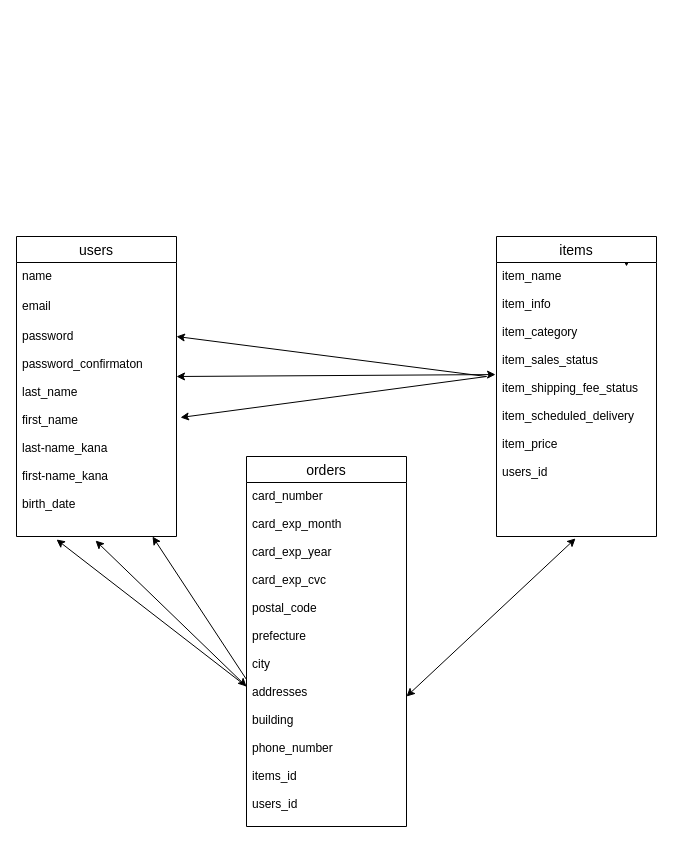
Above: page "ページ1" (1 of 2) of test.dio in atumaru/furima-33939 (draw.io), before the change. Source tidied: cells renumbered, new cells numbered last; positions are measured from the earlier drawing's top-left corner, leaving out a move shared by most shapes. Both pictures are drawn from the tidied source at 100%, with x=0, y=0 at pixel (16, 236).
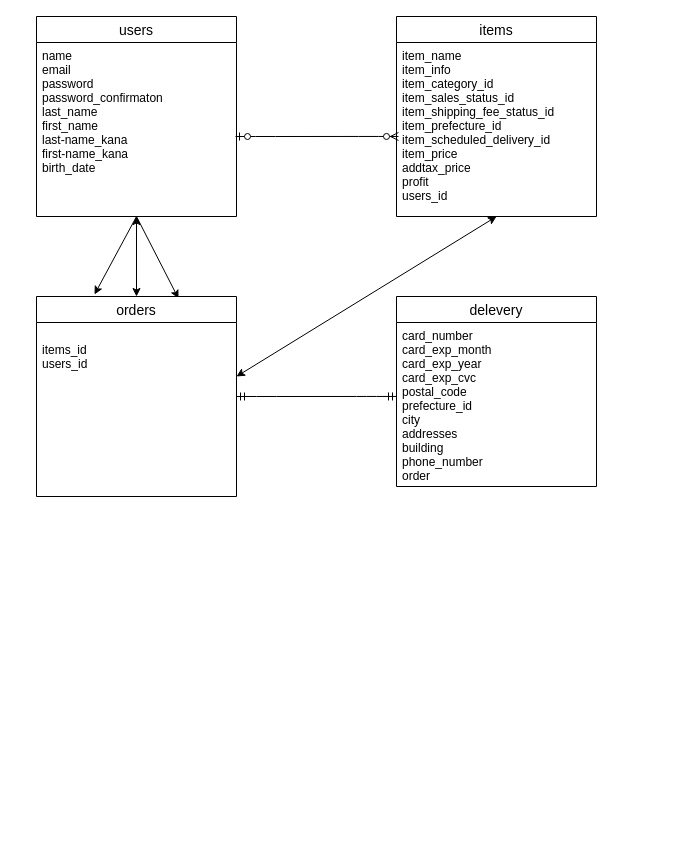
After the change.

Commit message (it also covers changes not shown here):
README及びER図の修正

Change to the diagram source:
```diff
@@
-    <mxCell id="2" style="edgeStyle=orthogonalEdgeStyle;rounded=0;jettySize=auto;html=1;exitX=0.75;exitY=0;exitDx=0;exitDy=0;" parent="1" edge="1" source="3">
-      <mxGeometry relative="1" as="geometry">
-        <mxPoint x="610" y="30" as="targetPoint" />
-      </mxGeometry>
-    </mxCell>
     <mxCell id="3" value="items" style="swimlane;fontStyle=0;horizontal=1;startSize=26;align=center;fontSize=14;" parent="1" vertex="1">
-      <mxGeometry x="480" width="160" height="300" as="geometry" />
+      <mxGeometry x="380" y="-220" width="200" height="200" as="geometry" />
     </mxCell>
-    <mxCell id="4" value="item_name&#10;&#10;item_info&#10;&#10;item_category&#10;&#10;item_sales_status&#10;&#10;item_shipping_fee_status&#10;&#10;item_scheduled_delivery&#10;&#10;item_price&#10;&#10;users_id&#10;&#10;&#10;&#10;&#10;&#10;" style="text;strokeColor=none;fillColor=none;spacingLeft=4;spacingRight=4;overflow=hidden;points=[[0,0.5],[1,0.5]];portConstraint=eastwest;fontSize=12;" parent="3" vertex="1">
-      <mxGeometry y="26" width="160" height="274" as="geometry" />
+    <mxCell id="4" value="item_name&#10;item_info&#10;item_category_id&#10;item_sales_status_id&#10;item_shipping_fee_status_id&#10;item_prefecture_id&#10;item_scheduled_delivery_id&#10;item_price&#10;addtax_price&#10;profit&#10;users_id" style="text;strokeColor=none;fillColor=none;spacingLeft=4;spacingRight=4;overflow=hidden;points=[[0,0.5],[1,0.5]];portConstraint=eastwest;fontSize=12;" parent="3" vertex="1">
+      <mxGeometry y="26" width="200" height="174" as="geometry" />
     </mxCell>
     <mxCell id="5" value="users" style="swimlane;fontStyle=0;horizontal=1;startSize=26;align=center;fontSize=14;" parent="1" vertex="1">
-      <mxGeometry width="160" height="300" as="geometry" />
+      <mxGeometry x="20" y="-220" width="200" height="200" as="geometry" />
     </mxCell>
-    <mxCell id="6" value="name&#10;" style="text;strokeColor=none;fillColor=none;spacingLeft=4;spacingRight=4;overflow=hidden;fontSize=12;" parent="5" vertex="1">
-      <mxGeometry y="26" width="160" height="30" as="geometry" />
-    </mxCell>
-    <mxCell id="7" value="email" style="text;strokeColor=none;fillColor=none;spacingLeft=4;spacingRight=4;overflow=hidden;fontSize=12;" parent="5" vertex="1">
-      <mxGeometry y="56" width="160" height="30" as="geometry" />
-    </mxCell>
-    <mxCell id="8" value="password&#10;&#10;password_confirmaton&#10;&#10;last_name&#10;&#10;first_name&#10;&#10;last-name_kana&#10;&#10;first-name_kana&#10;&#10;birth_date&#10;&#10;" style="text;strokeColor=none;fillColor=none;spacingLeft=4;spacingRight=4;overflow=hidden;points=[[0,0.5],[1,0.5]];portConstraint=eastwest;fontSize=12;" parent="5" vertex="1">
-      <mxGeometry y="86" width="160" height="214" as="geometry" />
+    <mxCell id="8" value="name&#10;email&#10;password&#10;password_confirmaton&#10;last_name&#10;first_name&#10;last-name_kana&#10;first-name_kana&#10;birth_date&#10;" style="text;strokeColor=none;fillColor=none;spacingLeft=4;spacingRight=4;overflow=hidden;points=[[0,0.5],[1,0.5]];portConstraint=eastwest;fontSize=12;" parent="5" vertex="1">
+      <mxGeometry y="26" width="200" height="174" as="geometry" />
     </mxCell>
+    <mxCell id="18" style="endArrow=classic;html=1;entryX=0.71;entryY=0.01;entryDx=0;entryDy=0;entryPerimeter=0;" parent="5" edge="1" target="9">
+      <mxGeometry relative="1" as="geometry">
+        <mxPoint x="100" y="200" as="sourcePoint" />
+      </mxGeometry>
+    </mxCell>
+    <mxCell id="19" style="endArrow=classic;html=1;entryX=0.29;entryY=-0.01;entryDx=0;entryDy=0;entryPerimeter=0;" parent="5" edge="1" target="9">
+      <mxGeometry relative="1" as="geometry">
+        <mxPoint x="100" y="200" as="sourcePoint" />
+      </mxGeometry>
+    </mxCell>
     <mxCell id="9" value="orders" style="swimlane;fontStyle=0;horizontal=1;startSize=26;align=center;fontSize=14;" parent="1" vertex="1">
-      <mxGeometry x="230" y="220" width="160" height="370" as="geometry" />
+      <mxGeometry x="20" y="60" width="200" height="200" as="geometry" />
     </mxCell>
-    <mxCell id="10" style="endArrow=classic;html=1;entryX=0.85;entryY=1;entryDx=0;entryDy=0;entryPerimeter=0;" parent="9" edge="1" target="8">
-      <mxGeometry relative="1" as="geometry">
-        <mxPoint y="223" as="sourcePoint" />
-      </mxGeometry>
-    </mxCell>
-    <mxCell id="11" style="endArrow=classic;html=1;entryX=0.25;entryY=1.014;entryDx=0;entryDy=0;entryPerimeter=0;" parent="9" edge="1" target="8">
-      <mxGeometry relative="1" as="geometry">
-        <mxPoint y="230" as="sourcePoint" />
-      </mxGeometry>
-    </mxCell>
-    <mxCell id="12" value="card_number&#10;&#10;card_exp_month&#10;&#10;card_exp_year&#10;&#10;card_exp_cvc&#10;&#10;postal_code&#10;&#10;prefecture&#10;&#10;city&#10;&#10;addresses&#10;&#10;building&#10;&#10;phone_number&#10;&#10;items_id&#10;&#10;users_id&#10;&#10;&#10;&#10;&#10;" style="text;strokeColor=none;fillColor=none;spacingLeft=4;spacingRight=4;overflow=hidden;fontSize=12;" parent="9" vertex="1">
-      <mxGeometry y="26" width="160" height="344" as="geometry" />
+    <mxCell id="12" value="&#10;items_id&#10;users_id&#10;&#10;&#10;&#10;&#10;" style="text;strokeColor=none;fillColor=none;spacingLeft=4;spacingRight=4;overflow=hidden;fontSize=12;" parent="9" vertex="1">
+      <mxGeometry y="26" width="200" height="174" as="geometry" />
     </mxCell>
-    <mxCell id="13" style="endArrow=classic;startArrow=classic;html=1;entryX=-0.006;entryY=0.409;entryDx=0;entryDy=0;entryPerimeter=0;" parent="1" edge="1" target="4">
-      <mxGeometry relative="1" as="geometry">
-        <mxPoint x="160" y="140" as="sourcePoint" />
-      </mxGeometry>
-    </mxCell>
-    <mxCell id="14" style="endArrow=classic;html=1;entryX=1.025;entryY=0.444;entryDx=0;entryDy=0;entryPerimeter=0;" parent="1" edge="1" target="8">
-      <mxGeometry relative="1" as="geometry">
-        <mxPoint x="470" y="140" as="sourcePoint" />
-      </mxGeometry>
-    </mxCell>
-    <mxCell id="15" style="endArrow=classic;html=1;" parent="1" edge="1">
-      <mxGeometry relative="1" as="geometry">
-        <mxPoint x="470" y="140" as="sourcePoint" />
-        <mxPoint x="160" y="100" as="targetPoint" />
-      </mxGeometry>
-    </mxCell>
-    <mxCell id="16" style="endArrow=classic;startArrow=classic;html=1;entryX=0.494;entryY=1.007;entryDx=0;entryDy=0;entryPerimeter=0;" parent="1" edge="1" target="4">
-      <mxGeometry relative="1" as="geometry">
-        <mxPoint x="390" y="460" as="sourcePoint" />
-      </mxGeometry>
-    </mxCell>
-    <mxCell id="17" style="endArrow=classic;startArrow=classic;html=1;exitX=0.494;exitY=1.019;exitDx=0;exitDy=0;exitPerimeter=0;" parent="1" edge="1" source="8">
-      <mxGeometry relative="1" as="geometry">
-        <mxPoint x="230" y="450" as="targetPoint" />
-      </mxGeometry>
-    </mxCell>
+    <mxCell id="20" value="delevery" style="swimlane;fontStyle=0;horizontal=1;startSize=26;align=center;fontSize=14;" parent="1" vertex="1">
+      <mxGeometry x="380" y="60" width="200" height="190" as="geometry" />
+    </mxCell>
+    <mxCell id="21" value="card_number&#10;card_exp_month&#10;card_exp_year&#10;card_exp_cvc&#10;postal_code&#10;prefecture_id&#10;city&#10;addresses&#10;building&#10;phone_number&#10;order" style="text;strokeColor=none;fillColor=none;spacingLeft=4;spacingRight=4;overflow=hidden;points=[[0,0.5],[1,0.5]];portConstraint=eastwest;fontSize=12;" parent="20" vertex="1">
+      <mxGeometry y="26" width="200" height="164" as="geometry" />
+    </mxCell>
+    <mxCell id="22" style="edgeStyle=entityRelationEdgeStyle;fontSize=12;html=1;endArrow=ERzeroToMany;startArrow=ERzeroToOne;entryX=0.01;entryY=0.54;entryDx=0;entryDy=0;entryPerimeter=0;" parent="1" edge="1" target="4">
+      <mxGeometry relative="1" as="geometry">
+        <mxPoint x="219" y="-100" as="sourcePoint" />
+      </mxGeometry>
+    </mxCell>
+    <mxCell id="23" style="edgeStyle=entityRelationEdgeStyle;fontSize=12;html=1;endArrow=ERmandOne;startArrow=ERmandOne;entryX=0;entryY=0.451;entryDx=0;entryDy=0;entryPerimeter=0;" parent="1" edge="1" target="21">
+      <mxGeometry relative="1" as="geometry">
+        <mxPoint x="220" y="160" as="sourcePoint" />
+      </mxGeometry>
+    </mxCell>
+    <mxCell id="24" style="endArrow=classic;startArrow=classic;html=1;" parent="1" edge="1">
+      <mxGeometry relative="1" as="geometry">
+        <mxPoint x="220" y="140" as="sourcePoint" />
+        <mxPoint x="480" y="-20" as="targetPoint" />
+      </mxGeometry>
+    </mxCell>
+    <mxCell id="25" style="endArrow=classic;startArrow=classic;html=1;exitX=0.5;exitY=0;exitDx=0;exitDy=0;" parent="1" edge="1" source="9">
+      <mxGeometry relative="1" as="geometry">
+        <mxPoint x="120" y="-20" as="targetPoint" />
+      </mxGeometry>
+    </mxCell>
```
